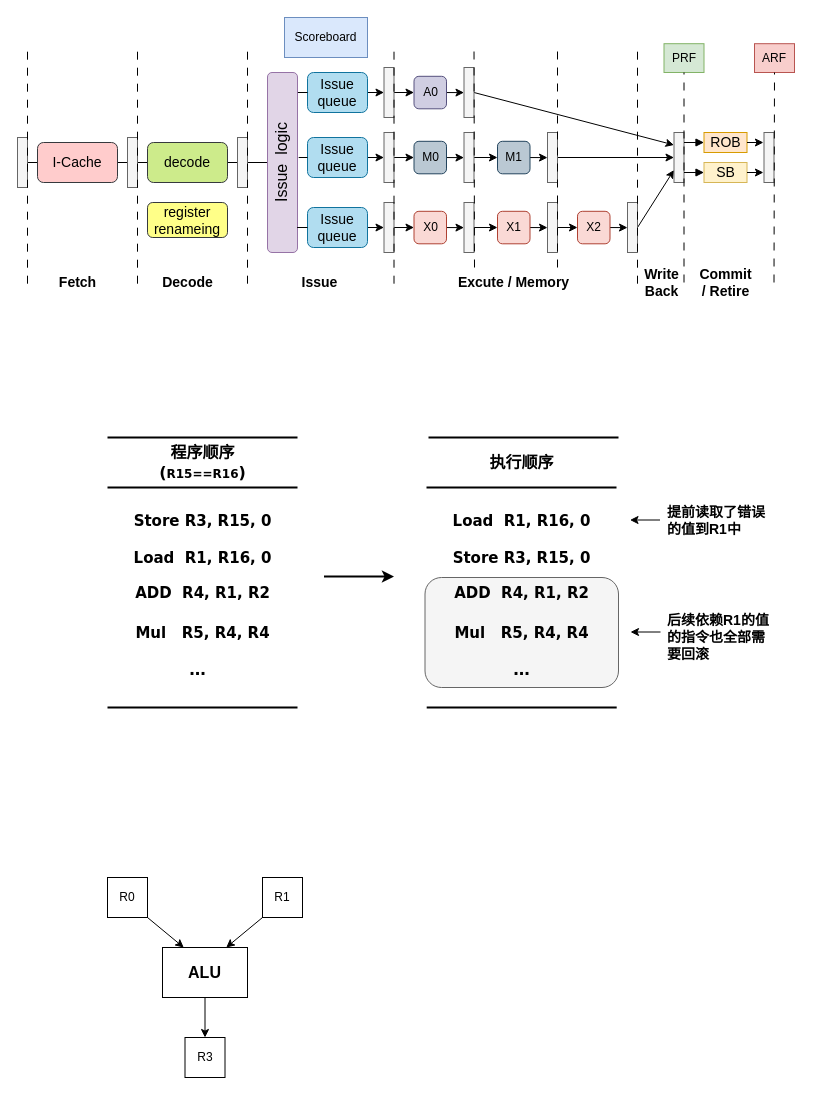
Before: CPU.drawio in f123888/Draw.IO, a draw.io diagram. Source tidied: cells renumbered, new cells numbered last; positions are measured from the earlier drawing's top-left corner, leaving out a move shared by most shapes. Both pictures are drawn from the tidied source at 100%, with x=0, y=0 at pixel (17, 17).
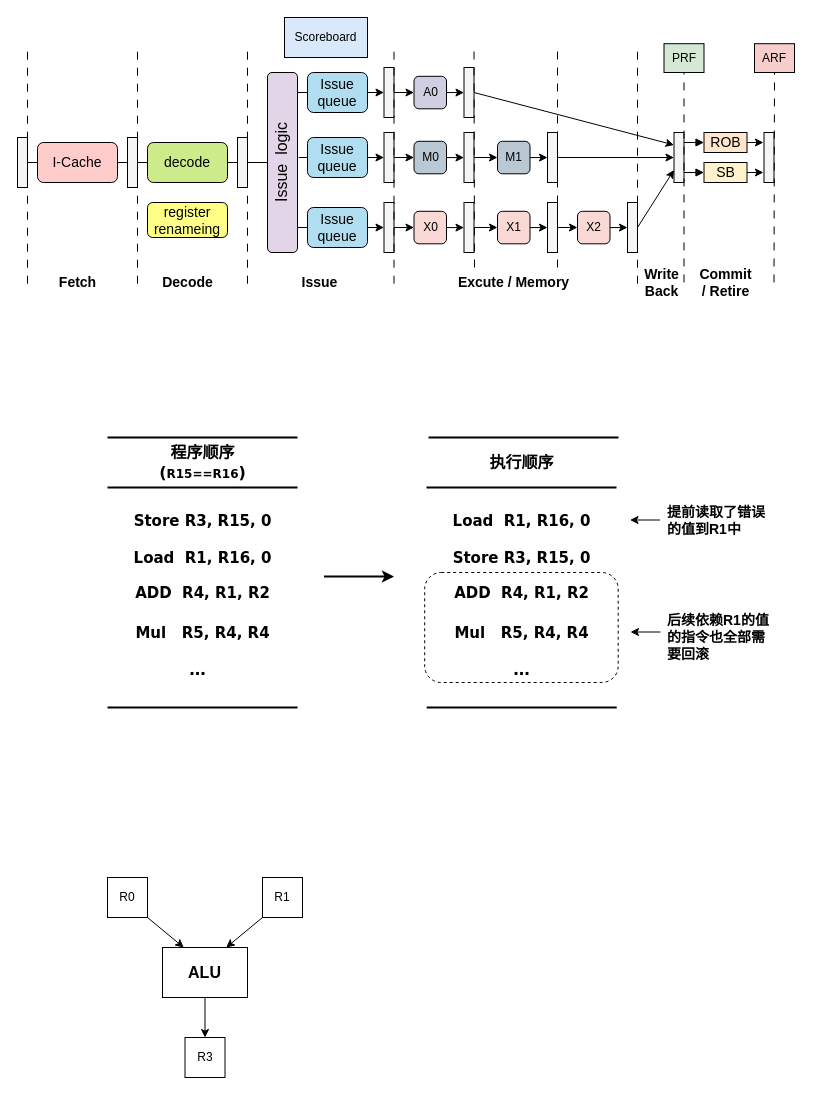
Above is the later version.

Change to the diagram source:
```diff
@@
-    <mxCell id="2" style="rounded=1;whiteSpace=wrap;html=1;fillColor=#f5f5f5;strokeColor=#666666;fontColor=#333333;fontStyle=1;" parent="1" vertex="1">
-      <mxGeometry x="407.5" y="560" width="193.5" height="110" as="geometry" />
+    <mxCell id="2" style="rounded=1;whiteSpace=wrap;html=1;fontStyle=1;dashed=1;" parent="1" vertex="1">
+      <mxGeometry x="407.2" y="555" width="193.5" height="110" as="geometry" />
     </mxCell>
@@
-    <mxCell id="4" style="rounded=0;whiteSpace=wrap;html=1;fillColor=#f5f5f5;fontColor=#333333;strokeColor=#666666;" parent="1" vertex="1">
+    <mxCell id="4" style="rounded=0;whiteSpace=wrap;html=1;fillColor=#f5f5f5;fontColor=#333333;strokeColor=default;" parent="1" vertex="1">
       <mxGeometry y="120" width="10" height="50" as="geometry" />
     </mxCell>
@@
-    <mxCell id="6" value="&lt;font style=&quot;font-size: 14px;&quot;&gt;I-Cache&lt;/font&gt;" style="rounded=1;whiteSpace=wrap;html=1;fillColor=#ffcccc;strokeColor=#36393d;" parent="1" vertex="1">
+    <mxCell id="6" value="&lt;font style=&quot;font-size: 14px;&quot;&gt;I-Cache&lt;/font&gt;" style="rounded=1;whiteSpace=wrap;html=1;fillColor=#ffcccc;strokeColor=default;" parent="1" vertex="1">
       <mxGeometry x="20" y="125" width="80" height="40" as="geometry" />
     </mxCell>
@@
-    <mxCell id="8" style="rounded=0;whiteSpace=wrap;html=1;fillColor=#f5f5f5;fontColor=#333333;strokeColor=#666666;" parent="1" vertex="1">
+    <mxCell id="8" style="rounded=0;whiteSpace=wrap;html=1;fillColor=#f5f5f5;fontColor=#333333;strokeColor=default;" parent="1" vertex="1">
       <mxGeometry x="110" y="120" width="10" height="50" as="geometry" />
     </mxCell>
@@
-    <mxCell id="10" value="&lt;font style=&quot;font-size: 14px;&quot;&gt;decode&lt;/font&gt;" style="rounded=1;whiteSpace=wrap;html=1;fillColor=#cdeb8b;strokeColor=#36393d;" parent="1" vertex="1">
+    <mxCell id="10" value="&lt;font style=&quot;font-size: 14px;&quot;&gt;decode&lt;/font&gt;" style="rounded=1;whiteSpace=wrap;html=1;fillColor=#cdeb8b;strokeColor=default;" parent="1" vertex="1">
       <mxGeometry x="130" y="125" width="80" height="40" as="geometry" />
     </mxCell>
@@
-    <mxCell id="12" style="rounded=0;whiteSpace=wrap;html=1;fillColor=#f5f5f5;fontColor=#333333;strokeColor=#666666;" parent="1" vertex="1">
+    <mxCell id="12" style="rounded=0;whiteSpace=wrap;html=1;fillColor=#f5f5f5;fontColor=#333333;strokeColor=default;" parent="1" vertex="1">
       <mxGeometry x="220" y="120" width="10" height="50" as="geometry" />
     </mxCell>
-    <mxCell id="13" value="&lt;font style=&quot;font-size: 16px;&quot;&gt;Issue&amp;nbsp; logic&lt;/font&gt;" style="rounded=1;whiteSpace=wrap;html=1;textDirection=vertical-rl;direction=west;flipV=1;flipH=1;arcSize=15;labelPosition=center;verticalLabelPosition=middle;align=center;verticalAlign=middle;labelBorderColor=none;rotation=180;fillColor=#e1d5e7;strokeColor=#9673a6;" parent="1" vertex="1">
+    <mxCell id="13" value="&lt;font style=&quot;font-size: 16px;&quot;&gt;Issue&amp;nbsp; logic&lt;/font&gt;" style="rounded=1;whiteSpace=wrap;html=1;textDirection=vertical-rl;direction=west;flipV=1;flipH=1;arcSize=15;labelPosition=center;verticalLabelPosition=middle;align=center;verticalAlign=middle;labelBorderColor=none;rotation=180;fillColor=#e1d5e7;strokeColor=default;" parent="1" vertex="1">
       <mxGeometry x="250" y="55" width="30" height="180" as="geometry" />
     </mxCell>
@@
-    <mxCell id="15" value="&lt;font style=&quot;font-size: 14px;&quot;&gt;Issue&lt;br&gt;queue&lt;/font&gt;" style="rounded=1;whiteSpace=wrap;html=1;fillColor=#b1ddf0;strokeColor=#10739e;" parent="1" vertex="1">
+    <mxCell id="15" value="&lt;font style=&quot;font-size: 14px;&quot;&gt;Issue&lt;br&gt;queue&lt;/font&gt;" style="rounded=1;whiteSpace=wrap;html=1;fillColor=#b1ddf0;strokeColor=default;" parent="1" vertex="1">
       <mxGeometry x="290" y="55" width="60" height="40" as="geometry" />
     </mxCell>
@@
-    <mxCell id="17" value="&lt;font style=&quot;font-size: 14px;&quot;&gt;Issue&lt;br&gt;queue&lt;/font&gt;" style="rounded=1;whiteSpace=wrap;html=1;fillColor=#b1ddf0;strokeColor=#10739e;" parent="1" vertex="1">
+    <mxCell id="17" value="&lt;font style=&quot;font-size: 14px;&quot;&gt;Issue&lt;br&gt;queue&lt;/font&gt;" style="rounded=1;whiteSpace=wrap;html=1;fillColor=#b1ddf0;strokeColor=default;" parent="1" vertex="1">
       <mxGeometry x="290" y="120" width="60" height="40" as="geometry" />
     </mxCell>
@@
-    <mxCell id="19" value="&lt;font style=&quot;font-size: 14px;&quot;&gt;Issue&lt;br&gt;queue&lt;/font&gt;" style="rounded=1;whiteSpace=wrap;html=1;fillColor=#b1ddf0;strokeColor=#10739e;" parent="1" vertex="1">
+    <mxCell id="19" value="&lt;font style=&quot;font-size: 14px;&quot;&gt;Issue&lt;br&gt;queue&lt;/font&gt;" style="rounded=1;whiteSpace=wrap;html=1;fillColor=#b1ddf0;strokeColor=default;" parent="1" vertex="1">
       <mxGeometry x="290" y="190" width="60" height="40" as="geometry" />
     </mxCell>
@@
-    <mxCell id="21" style="rounded=0;whiteSpace=wrap;html=1;fillColor=#f5f5f5;fontColor=#333333;strokeColor=#666666;" parent="1" vertex="1">
+    <mxCell id="21" style="rounded=0;whiteSpace=wrap;html=1;fillColor=#f5f5f5;fontColor=#333333;strokeColor=default;" parent="1" vertex="1">
       <mxGeometry x="366.5" y="185" width="10" height="50" as="geometry" />
     </mxCell>
@@
-    <mxCell id="23" value="X0" style="whiteSpace=wrap;html=1;rounded=1;fillColor=#fad9d5;strokeColor=#ae4132;" parent="1" vertex="1">
+    <mxCell id="23" value="X0" style="whiteSpace=wrap;html=1;rounded=1;fillColor=#fad9d5;strokeColor=default;" parent="1" vertex="1">
       <mxGeometry x="396.5" y="193.8" width="32.5" height="32.5" as="geometry" />
     </mxCell>
@@
-    <mxCell id="25" style="rounded=0;whiteSpace=wrap;html=1;fillColor=#f5f5f5;fontColor=#333333;strokeColor=#666666;" parent="1" vertex="1">
+    <mxCell id="25" style="rounded=0;whiteSpace=wrap;html=1;fillColor=#f5f5f5;fontColor=#333333;strokeColor=default;" parent="1" vertex="1">
       <mxGeometry x="446.5" y="185" width="10" height="50" as="geometry" />
     </mxCell>
@@
-    <mxCell id="27" value="X1" style="whiteSpace=wrap;html=1;rounded=1;fillColor=#fad9d5;strokeColor=#ae4132;" parent="1" vertex="1">
+    <mxCell id="27" value="X1" style="whiteSpace=wrap;html=1;rounded=1;fillColor=#fad9d5;strokeColor=default;" parent="1" vertex="1">
       <mxGeometry x="480" y="193.8" width="32.5" height="32.5" as="geometry" />
     </mxCell>
@@
-    <mxCell id="29" style="rounded=0;whiteSpace=wrap;html=1;fillColor=#f5f5f5;fontColor=#333333;strokeColor=#666666;" parent="1" vertex="1">
+    <mxCell id="29" style="rounded=0;whiteSpace=wrap;html=1;fillColor=#f5f5f5;fontColor=#333333;strokeColor=default;" parent="1" vertex="1">
       <mxGeometry x="530" y="185" width="10" height="50" as="geometry" />
     </mxCell>
@@
-    <mxCell id="31" value="X2" style="whiteSpace=wrap;html=1;rounded=1;fillColor=#fad9d5;strokeColor=#ae4132;" parent="1" vertex="1">
+    <mxCell id="31" value="X2" style="whiteSpace=wrap;html=1;rounded=1;fillColor=#fad9d5;strokeColor=default;" parent="1" vertex="1">
       <mxGeometry x="560" y="193.8" width="32.5" height="32.5" as="geometry" />
     </mxCell>
@@
-    <mxCell id="33" style="rounded=0;whiteSpace=wrap;html=1;fillColor=#f5f5f5;fontColor=#333333;strokeColor=#666666;" parent="1" vertex="1">
+    <mxCell id="33" style="rounded=0;whiteSpace=wrap;html=1;fillColor=#f5f5f5;fontColor=#333333;strokeColor=default;" parent="1" vertex="1">
       <mxGeometry x="610" y="185" width="10" height="50" as="geometry" />
     </mxCell>
-    <mxCell id="34" style="rounded=0;whiteSpace=wrap;html=1;fillColor=#f5f5f5;fontColor=#333333;strokeColor=#666666;" parent="1" vertex="1">
+    <mxCell id="34" style="rounded=0;whiteSpace=wrap;html=1;fillColor=#f5f5f5;fontColor=#333333;strokeColor=default;" parent="1" vertex="1">
       <mxGeometry x="656.5" y="115" width="10" height="50" as="geometry" />
     </mxCell>
-    <mxCell id="35" value="&lt;font style=&quot;font-size: 14px;&quot;&gt;ROB&lt;/font&gt;" style="rounded=0;whiteSpace=wrap;html=1;fillColor=#ffe6cc;strokeColor=#d79b00;" parent="1" vertex="1">
+    <mxCell id="35" value="&lt;font style=&quot;font-size: 14px;&quot;&gt;ROB&lt;/font&gt;" style="rounded=0;whiteSpace=wrap;html=1;fillColor=#ffe6cc;strokeColor=default;" parent="1" vertex="1">
       <mxGeometry x="686.5" y="115" width="43" height="20" as="geometry" />
     </mxCell>
-    <mxCell id="36" value="&lt;font style=&quot;font-size: 14px;&quot;&gt;SB&lt;/font&gt;" style="rounded=0;whiteSpace=wrap;html=1;fillColor=#fff2cc;strokeColor=#d6b656;" parent="1" vertex="1">
+    <mxCell id="36" value="&lt;font style=&quot;font-size: 14px;&quot;&gt;SB&lt;/font&gt;" style="rounded=0;whiteSpace=wrap;html=1;fillColor=#fff2cc;strokeColor=default;" parent="1" vertex="1">
       <mxGeometry x="686.5" y="145" width="43" height="20" as="geometry" />
     </mxCell>
-    <mxCell id="37" style="rounded=0;whiteSpace=wrap;html=1;fillColor=#f5f5f5;fontColor=#333333;strokeColor=#666666;" parent="1" vertex="1">
+    <mxCell id="37" style="rounded=0;whiteSpace=wrap;html=1;fillColor=#f5f5f5;fontColor=#333333;strokeColor=default;" parent="1" vertex="1">
       <mxGeometry x="746.5" y="115" width="10" height="50" as="geometry" />
     </mxCell>
@@
-    <mxCell id="42" style="rounded=0;whiteSpace=wrap;html=1;fillColor=#f5f5f5;fontColor=#333333;strokeColor=#666666;" parent="1" vertex="1">
+    <mxCell id="42" style="rounded=0;whiteSpace=wrap;html=1;fillColor=#f5f5f5;fontColor=#333333;strokeColor=default;" parent="1" vertex="1">
       <mxGeometry x="366.5" y="115" width="10" height="50" as="geometry" />
     </mxCell>
@@
-    <mxCell id="44" value="M0" style="whiteSpace=wrap;html=1;rounded=1;fillColor=#bac8d3;strokeColor=#23445d;" parent="1" vertex="1">
+    <mxCell id="44" value="M0" style="whiteSpace=wrap;html=1;rounded=1;fillColor=#bac8d3;strokeColor=default;" parent="1" vertex="1">
       <mxGeometry x="396.5" y="123.8" width="32.5" height="32.5" as="geometry" />
     </mxCell>
@@
-    <mxCell id="46" style="rounded=0;whiteSpace=wrap;html=1;fillColor=#f5f5f5;fontColor=#333333;strokeColor=#666666;" parent="1" vertex="1">
+    <mxCell id="46" style="rounded=0;whiteSpace=wrap;html=1;fillColor=#f5f5f5;fontColor=#333333;strokeColor=default;" parent="1" vertex="1">
       <mxGeometry x="446.5" y="115" width="10" height="50" as="geometry" />
     </mxCell>
@@
-    <mxCell id="48" value="M1" style="whiteSpace=wrap;html=1;rounded=1;fillColor=#bac8d3;strokeColor=#23445d;" parent="1" vertex="1">
+    <mxCell id="48" value="M1" style="whiteSpace=wrap;html=1;rounded=1;fillColor=#bac8d3;strokeColor=default;" parent="1" vertex="1">
       <mxGeometry x="480" y="123.8" width="32.5" height="32.5" as="geometry" />
     </mxCell>
@@
-    <mxCell id="50" style="rounded=0;whiteSpace=wrap;html=1;fillColor=#f5f5f5;fontColor=#333333;strokeColor=#666666;" parent="1" vertex="1">
+    <mxCell id="50" style="rounded=0;whiteSpace=wrap;html=1;fillColor=#f5f5f5;fontColor=#333333;strokeColor=default;" parent="1" vertex="1">
       <mxGeometry x="530" y="115" width="10" height="50" as="geometry" />
     </mxCell>
@@
-    <mxCell id="52" style="rounded=0;whiteSpace=wrap;html=1;fillColor=#f5f5f5;fontColor=#333333;strokeColor=#666666;" parent="1" vertex="1">
+    <mxCell id="52" style="rounded=0;whiteSpace=wrap;html=1;fillColor=#f5f5f5;fontColor=#333333;strokeColor=default;" parent="1" vertex="1">
       <mxGeometry x="366.5" y="50" width="10" height="50" as="geometry" />
     </mxCell>
@@
-    <mxCell id="54" value="A0" style="whiteSpace=wrap;html=1;rounded=1;fillColor=#d0cee2;strokeColor=#56517e;" parent="1" vertex="1">
+    <mxCell id="54" value="A0" style="whiteSpace=wrap;html=1;rounded=1;fillColor=#d0cee2;strokeColor=default;" parent="1" vertex="1">
       <mxGeometry x="396.5" y="58.8" width="32.5" height="32.5" as="geometry" />
     </mxCell>
@@
-    <mxCell id="56" style="rounded=0;whiteSpace=wrap;html=1;fillColor=#f5f5f5;fontColor=#333333;strokeColor=#666666;" parent="1" vertex="1">
+    <mxCell id="56" style="rounded=0;whiteSpace=wrap;html=1;fillColor=#f5f5f5;fontColor=#333333;strokeColor=default;" parent="1" vertex="1">
       <mxGeometry x="446.5" y="50" width="10" height="50" as="geometry" />
     </mxCell>
@@
-    <mxCell id="61" value="Scoreboard" style="rounded=0;whiteSpace=wrap;html=1;fillColor=#dae8fc;strokeColor=#6c8ebf;" parent="1" vertex="1">
+    <mxCell id="61" value="Scoreboard" style="rounded=0;whiteSpace=wrap;html=1;fillColor=#dae8fc;strokeColor=default;" parent="1" vertex="1">
       <mxGeometry x="267" width="83" height="40" as="geometry" />
     </mxCell>
-    <mxCell id="62" value="PRF" style="rounded=0;whiteSpace=wrap;html=1;fillColor=#d5e8d4;strokeColor=#82b366;" parent="1" vertex="1">
+    <mxCell id="62" value="PRF" style="rounded=0;whiteSpace=wrap;html=1;fillColor=#d5e8d4;strokeColor=default;" parent="1" vertex="1">
       <mxGeometry x="646.5" y="26.2" width="40" height="28.8" as="geometry" />
     </mxCell>
-    <mxCell id="63" value="ARF" style="rounded=0;whiteSpace=wrap;html=1;fillColor=#f8cecc;strokeColor=#b85450;" parent="1" vertex="1">
+    <mxCell id="63" value="ARF" style="rounded=0;whiteSpace=wrap;html=1;fillColor=#f8cecc;strokeColor=default;" parent="1" vertex="1">
       <mxGeometry x="737" y="26.2" width="40" height="28.8" as="geometry" />
     </mxCell>
-    <mxCell id="64" value="&lt;font style=&quot;font-size: 14px;&quot;&gt;register&lt;br&gt;renameing&lt;/font&gt;" style="rounded=1;whiteSpace=wrap;html=1;fillColor=#ffff88;strokeColor=#36393d;" parent="1" vertex="1">
+    <mxCell id="64" value="&lt;font style=&quot;font-size: 14px;&quot;&gt;register&lt;br&gt;renameing&lt;/font&gt;" style="rounded=1;whiteSpace=wrap;html=1;fillColor=#ffff88;strokeColor=default;" parent="1" vertex="1">
       <mxGeometry x="130" y="185" width="80" height="35" as="geometry" />
     </mxCell>
```
